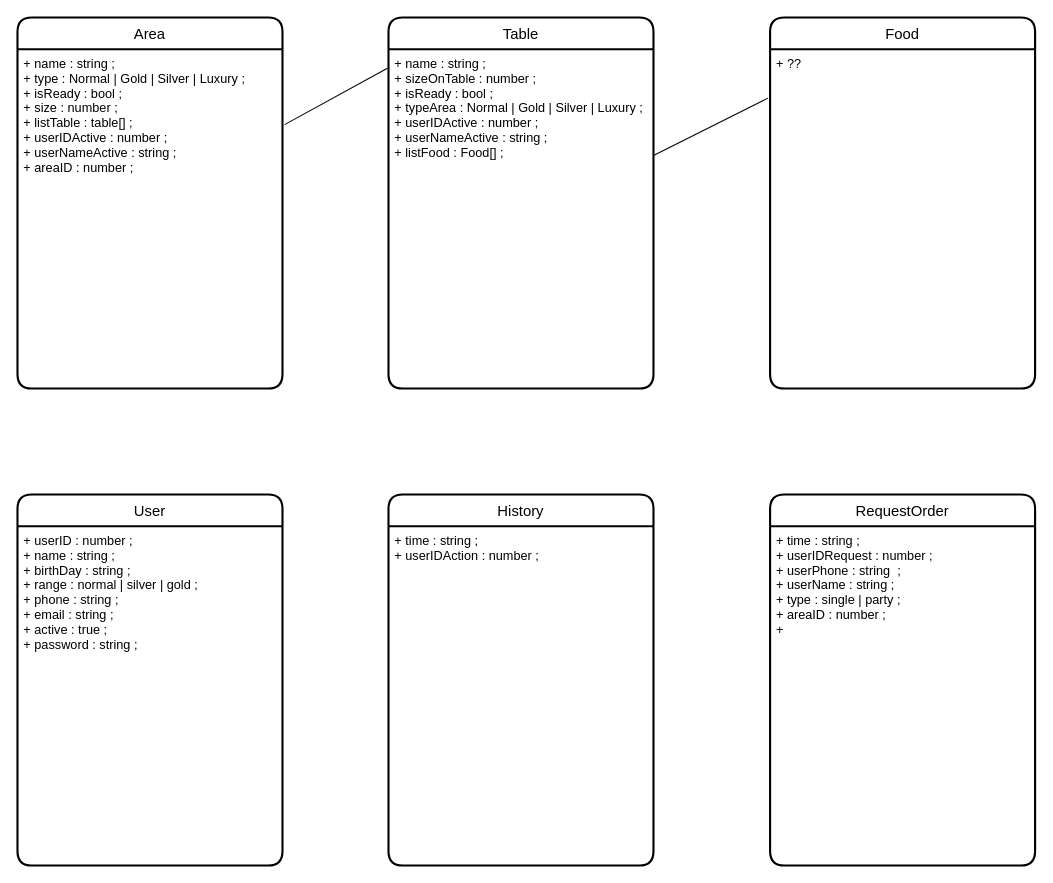
Earlier version of the draw.io diagram Restaurant.drawio (baroned1707/RestaurantDiagram). Source tidied: cells renumbered, new cells numbered last; positions are measured from the earlier drawing's top-left corner, leaving out a move shared by most shapes. Both pictures are drawn from the tidied source at 106%, with x=0, y=0 at pixel (17, 17).
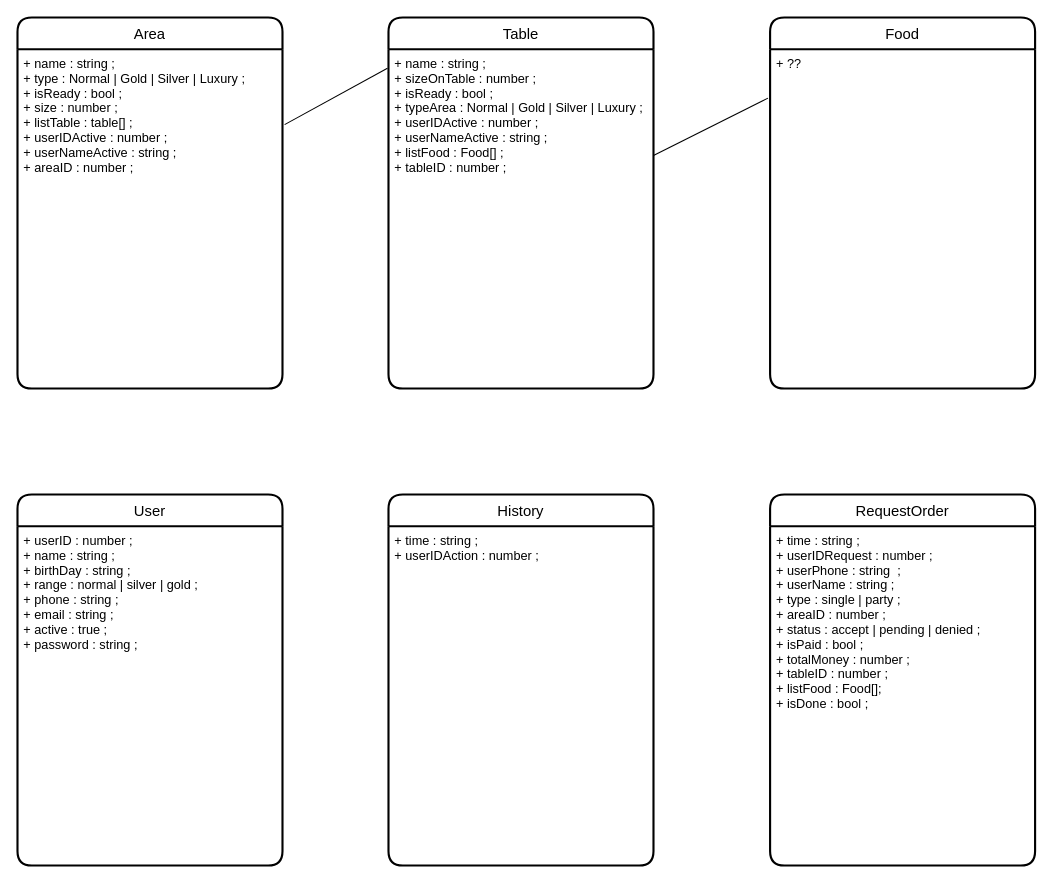
After the change.

The edit, as a diff of the source:
```diff
@@
 <mxGraphModel>
   <root>
     <mxCell id="0" />
     <mxCell id="1" parent="0" />
     <mxCell id="2" value="Area" style="swimlane;horizontal=1;startSize=30;rounded=1;fontSize=14;fontStyle=0;strokeWidth=2;shadow=0;dashed=0;align=center;" parent="1" vertex="1">
       <mxGeometry width="250" height="350" as="geometry" />
     </mxCell>
     <mxCell id="3" value="+ name : string ;&#10;+ type : Normal | Gold | Silver | Luxury ;&#10;+ isReady : bool ;&#10;+ size : number ;&#10;+ listTable : table[] ;&#10;+ userIDActive : number ;&#10;+ userNameActive : string ; &#10;+ areaID : number ;" style="align=left;strokeColor=none;fillColor=none;spacingLeft=4;fontSize=12;verticalAlign=top;" parent="2" vertex="1">
       <mxGeometry y="30" width="250" height="320" as="geometry" />
     </mxCell>
     <mxCell id="4" value="Table" style="swimlane;horizontal=1;startSize=30;rounded=1;fontSize=14;fontStyle=0;strokeWidth=2;shadow=0;dashed=0;align=center;" parent="1" vertex="1">
       <mxGeometry x="350" width="250" height="350" as="geometry" />
     </mxCell>
-    <mxCell id="5" value="+ name : string ;&#10;+ sizeOnTable : number ;&#10;+ isReady : bool ;&#10;+ typeArea : Normal | Gold | Silver | Luxury ;&#10;+ userIDActive : number ;&#10;+ userNameActive : string ;&#10;+ listFood : Food[] ;" style="align=left;strokeColor=none;fillColor=none;spacingLeft=4;fontSize=12;verticalAlign=top;" parent="4" vertex="1">
+    <mxCell id="5" value="+ name : string ;&#10;+ sizeOnTable : number ;&#10;+ isReady : bool ;&#10;+ typeArea : Normal | Gold | Silver | Luxury ;&#10;+ userIDActive : number ;&#10;+ userNameActive : string ;&#10;+ listFood : Food[] ;&#10;+ tableID : number ;" style="align=left;strokeColor=none;fillColor=none;spacingLeft=4;fontSize=12;verticalAlign=top;" parent="4" vertex="1">
       <mxGeometry y="30" width="250" height="320" as="geometry" />
     </mxCell>
     <mxCell id="6" value="History" style="swimlane;horizontal=1;startSize=30;rounded=1;fontSize=14;fontStyle=0;strokeWidth=2;shadow=0;dashed=0;align=center;" parent="1" vertex="1">
       <mxGeometry x="350" y="450" width="250" height="350" as="geometry" />
     </mxCell>
     <mxCell id="7" value="+ time : string ;&#10;+ userIDAction : number ;&#10;" style="align=left;strokeColor=none;fillColor=none;spacingLeft=4;fontSize=12;verticalAlign=top;" parent="6" vertex="1">
       <mxGeometry y="30" width="250" height="320" as="geometry" />
     </mxCell>
     <mxCell id="8" value="User" style="swimlane;horizontal=1;startSize=30;rounded=1;fontSize=14;fontStyle=0;strokeWidth=2;shadow=0;dashed=0;align=center;" parent="1" vertex="1">
       <mxGeometry y="450" width="250" height="350" as="geometry" />
     </mxCell>
     <mxCell id="9" value="+ userID : number ;&#10;+ name : string ;&#10;+ birthDay : string ;&#10;+ range : normal | silver | gold ;&#10;+ phone : string ;&#10;+ email : string ;&#10;+ active : true ;&#10;+ password : string ;&#10;" style="align=left;strokeColor=none;fillColor=none;spacingLeft=4;fontSize=12;verticalAlign=top;" parent="8" vertex="1">
       <mxGeometry y="30" width="250" height="320" as="geometry" />
     </mxCell>
     <mxCell id="10" value="Food" style="swimlane;horizontal=1;startSize=30;rounded=1;fontSize=14;fontStyle=0;strokeWidth=2;shadow=0;dashed=0;align=center;" parent="1" vertex="1">
       <mxGeometry x="710" width="250" height="350" as="geometry" />
     </mxCell>
     <mxCell id="11" value="+ ??" style="align=left;strokeColor=none;fillColor=none;spacingLeft=4;fontSize=12;verticalAlign=top;" parent="10" vertex="1">
       <mxGeometry y="30" width="250" height="320" as="geometry" />
     </mxCell>
     <mxCell id="12" style="endArrow=none;html=1;rounded=0;exitX=1.008;exitY=0.222;exitDx=0;exitDy=0;exitPerimeter=0;entryX=-0.004;entryY=0.056;entryDx=0;entryDy=0;entryPerimeter=0;" parent="1" edge="1" source="3" target="5">
       <mxGeometry relative="1" as="geometry" />
     </mxCell>
     <mxCell id="13" style="endArrow=none;html=1;rounded=0;exitX=1;exitY=0.313;exitDx=0;exitDy=0;exitPerimeter=0;entryX=-0.008;entryY=0.144;entryDx=0;entryDy=0;entryPerimeter=0;" parent="1" edge="1" source="5" target="11">
       <mxGeometry relative="1" as="geometry" />
     </mxCell>
     <mxCell id="14" value="RequestOrder" style="swimlane;horizontal=1;startSize=30;rounded=1;fontSize=14;fontStyle=0;strokeWidth=2;shadow=0;dashed=0;align=center;" parent="1" vertex="1">
       <mxGeometry x="710" y="450" width="250" height="350" as="geometry" />
     </mxCell>
-    <mxCell id="15" value="+ time : string ;&#10;+ userIDRequest : number ;&#10;+ userPhone : string  ;&#10;+ userName : string ;&#10;+ type : single | party ;&#10;+ areaID : number ;&#10;+ " style="align=left;strokeColor=none;fillColor=none;spacingLeft=4;fontSize=12;verticalAlign=top;" parent="14" vertex="1">
+    <mxCell id="15" value="+ time : string ;&#10;+ userIDRequest : number ;&#10;+ userPhone : string  ;&#10;+ userName : string ;&#10;+ type : single | party ;&#10;+ areaID : number ;&#10;+ status : accept | pending | denied ;&#10;+ isPaid : bool ;&#10;+ totalMoney : number ;&#10;+ tableID : number ;&#10;+ listFood : Food[];&#10;+ isDone : bool ;&#10;" style="align=left;strokeColor=none;fillColor=none;spacingLeft=4;fontSize=12;verticalAlign=top;" parent="14" vertex="1">
       <mxGeometry y="30" width="250" height="320" as="geometry" />
     </mxCell>
   </root>
 </mxGraphModel>
```
